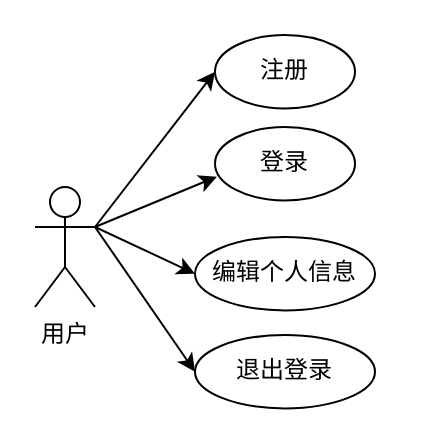
The draw.io diagram 未命名绘图.drawio in mochaDMQ/myPicture, before the edit. Source tidied: cells renumbered, new cells numbered last; positions are measured from the earlier drawing's top-left corner, leaving out a move shared by most shapes. Both pictures are drawn from the tidied source at 200%, with x=0, y=0 at pixel (34, 34).
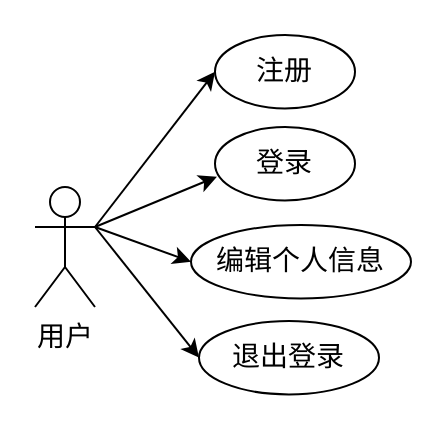
The same page after the edit.

Commit message:
更新未命名绘图.drawio

Diff of the diagram source:
```diff
@@
 <mxGraphModel>
   <root>
     <mxCell id="0" />
     <mxCell id="1" parent="0" />
     <mxCell id="2" style="rounded=0;jettySize=auto;html=1;exitX=1;exitY=0.3333333333333333;exitDx=0;exitDy=0;exitPerimeter=0;entryX=0;entryY=0.5;entryDx=0;entryDy=0;" parent="1" edge="1" target="6">
       <mxGeometry relative="1" as="geometry">
         <mxPoint x="30" y="96" as="sourcePoint" />
       </mxGeometry>
     </mxCell>
     <mxCell id="3" style="rounded=0;jettySize=auto;html=1;exitX=1;exitY=0.3333333333333333;exitDx=0;exitDy=0;exitPerimeter=0;entryX=0;entryY=0.5;entryDx=0;entryDy=0;" parent="1" edge="1" target="7">
       <mxGeometry relative="1" as="geometry">
         <mxPoint x="30" y="96" as="sourcePoint" />
       </mxGeometry>
     </mxCell>
     <mxCell id="4" style="rounded=0;jettySize=auto;html=1;exitX=1;exitY=0.3333333333333333;exitDx=0;exitDy=0;exitPerimeter=0;entryX=0;entryY=0.5;entryDx=0;entryDy=0;" parent="1" edge="1" target="10">
       <mxGeometry relative="1" as="geometry">
         <mxPoint x="30" y="96" as="sourcePoint" />
       </mxGeometry>
     </mxCell>
-    <mxCell id="5" value="用户" style="shape=umlActor;verticalLabelPosition=bottom;verticalAlign=top;html=1;" parent="1" vertex="1">
+    <mxCell id="5" value="用户" style="shape=umlActor;verticalLabelPosition=bottom;verticalAlign=top;html=1;fontFamily=宋体;fontSize=14;" parent="1" vertex="1">
       <mxGeometry y="76" width="30" height="60" as="geometry" />
     </mxCell>
-    <mxCell id="6" value="注册" style="ellipse;whiteSpace=wrap;html=1;" parent="1" vertex="1">
+    <mxCell id="6" value="注册" style="ellipse;whiteSpace=wrap;html=1;fontFamily=宋体;fontSize=14;" parent="1" vertex="1">
       <mxGeometry x="90" width="70" height="36.7" as="geometry" />
     </mxCell>
-    <mxCell id="7" value="编辑个人信息" style="ellipse;whiteSpace=wrap;html=1;" parent="1" vertex="1">
-      <mxGeometry x="80" y="101" width="90" height="36.7" as="geometry" />
+    <mxCell id="7" value="编辑个人信息" style="ellipse;whiteSpace=wrap;html=1;fontFamily=宋体;fontSize=14;" parent="1" vertex="1">
+      <mxGeometry x="78" y="95" width="110" height="36.7" as="geometry" />
     </mxCell>
-    <mxCell id="8" value="登录" style="ellipse;whiteSpace=wrap;html=1;" parent="1" vertex="1">
+    <mxCell id="8" value="登录" style="ellipse;whiteSpace=wrap;html=1;fontFamily=宋体;fontSize=14;" parent="1" vertex="1">
       <mxGeometry x="90" y="46" width="70" height="36.7" as="geometry" />
     </mxCell>
     <mxCell id="9" style="rounded=0;jettySize=auto;html=1;exitX=1;exitY=0.3333333333333333;exitDx=0;exitDy=0;exitPerimeter=0;entryX=0.014;entryY=0.677;entryDx=0;entryDy=0;entryPerimeter=0;" parent="1" edge="1" target="8">
       <mxGeometry relative="1" as="geometry">
         <mxPoint x="30" y="96" as="sourcePoint" />
       </mxGeometry>
     </mxCell>
-    <mxCell id="10" value="退出登录" style="ellipse;whiteSpace=wrap;html=1;" parent="1" vertex="1">
-      <mxGeometry x="80" y="150" width="90" height="36.7" as="geometry" />
+    <mxCell id="10" value="退出登录" style="ellipse;whiteSpace=wrap;html=1;fontFamily=宋体;fontSize=14;" parent="1" vertex="1">
+      <mxGeometry x="82" y="143" width="90" height="36.7" as="geometry" />
     </mxCell>
   </root>
 </mxGraphModel>
```
